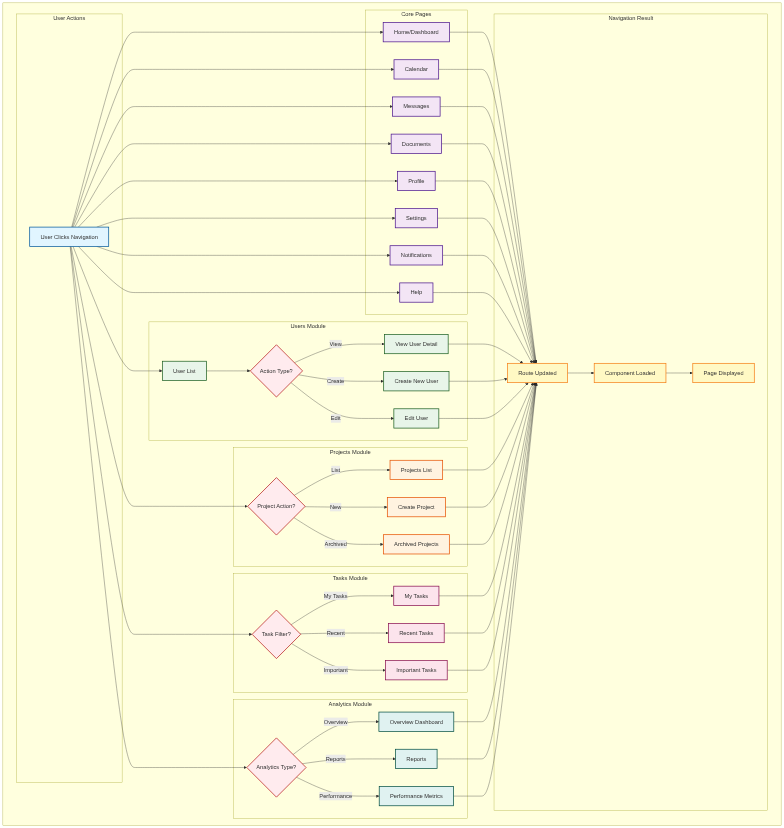
Earlier version of the Mermaid export docs/diagrams/07-navigation-flow.png (jrjohn/arcana-angular). Its source is kept beside it as docs/mermaid/07-navigation-flow.mmd.
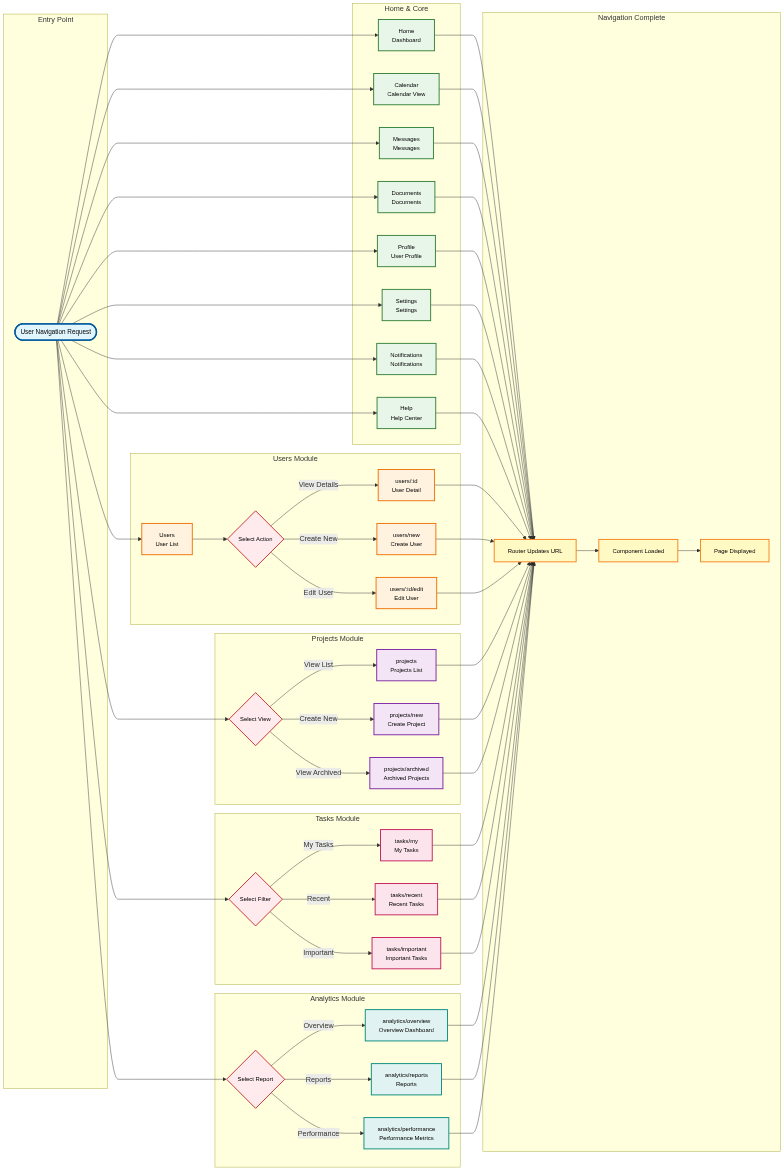
The same diagram one commit later.

Commit message:
Update the flow chart

Diff of the diagram source:
```diff
@@ -1,124 +1,122 @@
-graph TB
-    subgraph " "
-        subgraph "User Actions"
-            A1[User Clicks Navigation]
-        end
-
-        subgraph "Core Pages"
-            B1[Home/Dashboard]
-            B2[Calendar]
-            B3[Messages]
-            B4[Documents]
-            B5[Profile]
-            B6[Settings]
-            B7[Notifications]
-            B8[Help]
-        end
-
-        subgraph "Users Module"
-            C1[User List]
-            C2{Action Type?}
-            C3[View User Detail]
-            C4[Create New User]
-            C5[Edit User]
-        end
-
-        subgraph "Projects Module"
-            D1{Project Action?}
-            D2[Projects List]
-            D3[Create Project]
-            D4[Archived Projects]
-        end
-
-        subgraph "Tasks Module"
-            E1{Task Filter?}
-            E2[My Tasks]
-            E3[Recent Tasks]
-            E4[Important Tasks]
-        end
-
-        subgraph "Analytics Module"
-            F1{Analytics Type?}
-            F2[Overview Dashboard]
-            F3[Reports]
-            F4[Performance Metrics]
-        end
-
-        subgraph "Navigation Result"
-            G1[Route Updated]
-            G2[Component Loaded]
-            G3[Page Displayed]
-        end
+graph LR
+    subgraph "Entry Point"
+        START([User Navigation Request])
     end
 
-    A1 --> B1
-    A1 --> B2
-    A1 --> B3
-    A1 --> B4
-    A1 --> B5
-    A1 --> B6
-    A1 --> B7
-    A1 --> B8
+    subgraph "Home & Core"
+        HOME[Home<br/>Dashboard]
+        CALENDAR[Calendar<br/>Calendar View]
+        MESSAGES[Messages<br/>Messages]
+        DOCUMENTS[Documents<br/>Documents]
+        PROFILE[Profile<br/>User Profile]
+        SETTINGS[Settings<br/>Settings]
+        NOTIFICATIONS[Notifications<br/>Notifications]
+        HELP[Help<br/>Help Center]
+    end
 
-    A1 --> C1
-    C1 --> C2
-    C2 -->|View| C3
-    C2 -->|Create| C4
-    C2 -->|Edit| C5
+    subgraph "Users Module"
+        USERS_LIST[Users<br/>User List]
+        USERS_DECIDE{Select Action}
+        USERS_DETAIL[users/:id<br/>User Detail]
+        USERS_NEW[users/new<br/>Create User]
+        USERS_EDIT[users/:id/edit<br/>Edit User]
+    end
 
-    A1 --> D1
-    D1 -->|List| D2
-    D1 -->|New| D3
-    D1 -->|Archived| D4
+    subgraph "Projects Module"
+        PROJ_DECIDE{Select View}
+        PROJ_LIST[projects<br/>Projects List]
+        PROJ_NEW[projects/new<br/>Create Project]
+        PROJ_ARCHIVED[projects/archived<br/>Archived Projects]
+    end
 
-    A1 --> E1
-    E1 -->|My Tasks| E2
-    E1 -->|Recent| E3
-    E1 -->|Important| E4
+    subgraph "Tasks Module"
+        TASK_DECIDE{Select Filter}
+        TASK_MY[tasks/my<br/>My Tasks]
+        TASK_RECENT[tasks/recent<br/>Recent Tasks]
+        TASK_IMPORTANT[tasks/important<br/>Important Tasks]
+    end
 
-    A1 --> F1
-    F1 -->|Overview| F2
-    F1 -->|Reports| F3
-    F1 -->|Performance| F4
+    subgraph "Analytics Module"
+        ANALYTICS_DECIDE{Select Report}
+        ANALYTICS_OVERVIEW[analytics/overview<br/>Overview Dashboard]
+        ANALYTICS_REPORTS[analytics/reports<br/>Reports]
+        ANALYTICS_PERF[analytics/performance<br/>Performance Metrics]
+    end
 
-    B1 --> G1
-    B2 --> G1
-    B3 --> G1
-    B4 --> G1
-    B5 --> G1
-    B6 --> G1
-    B7 --> G1
-    B8 --> G1
-    C3 --> G1
-    C4 --> G1
-    C5 --> G1
-    D2 --> G1
-    D3 --> G1
-    D4 --> G1
-    E2 --> G1
-    E3 --> G1
-    E4 --> G1
-    F2 --> G1
-    F3 --> G1
-    F4 --> G1
+    subgraph "Navigation Complete"
+        ROUTE_UPDATE[Router Updates URL]
+        COMPONENT_LOAD[Component Loaded]
+        PAGE_RENDER[Page Displayed]
+    end
 
-    G1 --> G2
-    G2 --> G3
+    START --> HOME
+    START --> CALENDAR
+    START --> MESSAGES
+    START --> DOCUMENTS
+    START --> PROFILE
+    START --> SETTINGS
+    START --> NOTIFICATIONS
+    START --> HELP
 
-    classDef userAction fill:#e1f5ff,stroke:#01579b,stroke-width:2px
-    classDef corePage fill:#f3e5f5,stroke:#4a148c,stroke-width:2px
-    classDef usersModule fill:#e8f5e9,stroke:#1b5e20,stroke-width:2px
-    classDef projectsModule fill:#fff3e0,stroke:#e65100,stroke-width:2px
-    classDef tasksModule fill:#fce4ec,stroke:#880e4f,stroke-width:2px
-    classDef analyticsModule fill:#e0f2f1,stroke:#004d40,stroke-width:2px
-    classDef result fill:#fff9c4,stroke:#f57f17,stroke-width:2px
-    classDef decision fill:#ffebee,stroke:#b71c1c,stroke-width:2px
+    START --> USERS_LIST
+    USERS_LIST --> USERS_DECIDE
+    USERS_DECIDE -->|View Details| USERS_DETAIL
+    USERS_DECIDE -->|Create New| USERS_NEW
+    USERS_DECIDE -->|Edit User| USERS_EDIT
 
-    class A1 userAction
-    class B1,B2,B3,B4,B5,B6,B7,B8 corePage
-    class C1,C3,C4,C5 usersModule
-    class C2,D1,E1,F1 decision
-    class D2,D3,D4 projectsModule
-    class E2,E3,E4 tasksModule
-    class F2,F3,F4 analyticsModule
-    class G1,G2,G3 result
+    START --> PROJ_DECIDE
+    PROJ_DECIDE -->|View List| PROJ_LIST
+    PROJ_DECIDE -->|Create New| PROJ_NEW
+    PROJ_DECIDE -->|View Archived| PROJ_ARCHIVED
+
+    START --> TASK_DECIDE
+    TASK_DECIDE -->|My Tasks| TASK_MY
+    TASK_DECIDE -->|Recent| TASK_RECENT
+    TASK_DECIDE -->|Important| TASK_IMPORTANT
+
+    START --> ANALYTICS_DECIDE
+    ANALYTICS_DECIDE -->|Overview| ANALYTICS_OVERVIEW
+    ANALYTICS_DECIDE -->|Reports| ANALYTICS_REPORTS
+    ANALYTICS_DECIDE -->|Performance| ANALYTICS_PERF
+
+    HOME --> ROUTE_UPDATE
+    CALENDAR --> ROUTE_UPDATE
+    MESSAGES --> ROUTE_UPDATE
+    DOCUMENTS --> ROUTE_UPDATE
+    PROFILE --> ROUTE_UPDATE
+    SETTINGS --> ROUTE_UPDATE
+    NOTIFICATIONS --> ROUTE_UPDATE
+    HELP --> ROUTE_UPDATE
+    USERS_DETAIL --> ROUTE_UPDATE
+    USERS_NEW --> ROUTE_UPDATE
+    USERS_EDIT --> ROUTE_UPDATE
+    PROJ_LIST --> ROUTE_UPDATE
+    PROJ_NEW --> ROUTE_UPDATE
+    PROJ_ARCHIVED --> ROUTE_UPDATE
+    TASK_MY --> ROUTE_UPDATE
+    TASK_RECENT --> ROUTE_UPDATE
+    TASK_IMPORTANT --> ROUTE_UPDATE
+    ANALYTICS_OVERVIEW --> ROUTE_UPDATE
+    ANALYTICS_REPORTS --> ROUTE_UPDATE
+    ANALYTICS_PERF --> ROUTE_UPDATE
+
+    ROUTE_UPDATE --> COMPONENT_LOAD
+    COMPONENT_LOAD --> PAGE_RENDER
+
+    classDef entryPoint fill:#e1f5ff,stroke:#01579b,stroke-width:3px,color:#000,font-size:14px
+    classDef homeCore fill:#e8f5e9,stroke:#2e7d32,stroke-width:2px,color:#000,font-size:13px
+    classDef usersModule fill:#fff3e0,stroke:#ef6c00,stroke-width:2px,color:#000,font-size:13px
+    classDef projectsModule fill:#f3e5f5,stroke:#7b1fa2,stroke-width:2px,color:#000,font-size:13px
+    classDef tasksModule fill:#fce4ec,stroke:#c2185b,stroke-width:2px,color:#000,font-size:13px
+    classDef analyticsModule fill:#e0f2f1,stroke:#00897b,stroke-width:2px,color:#000,font-size:13px
+    classDef decision fill:#ffebee,stroke:#c62828,stroke-width:2px,color:#000,font-size:13px
+    classDef result fill:#fff9c4,stroke:#f57f17,stroke-width:2px,color:#000,font-size:13px
+
+    class START entryPoint
+    class HOME,CALENDAR,MESSAGES,DOCUMENTS,PROFILE,SETTINGS,NOTIFICATIONS,HELP homeCore
+    class USERS_LIST,USERS_DETAIL,USERS_NEW,USERS_EDIT usersModule
+    class USERS_DECIDE,PROJ_DECIDE,TASK_DECIDE,ANALYTICS_DECIDE decision
+    class PROJ_LIST,PROJ_NEW,PROJ_ARCHIVED projectsModule
+    class TASK_MY,TASK_RECENT,TASK_IMPORTANT tasksModule
+    class ANALYTICS_OVERVIEW,ANALYTICS_REPORTS,ANALYTICS_PERF analyticsModule
+    class ROUTE_UPDATE,COMPONENT_LOAD,PAGE_RENDER result
```
